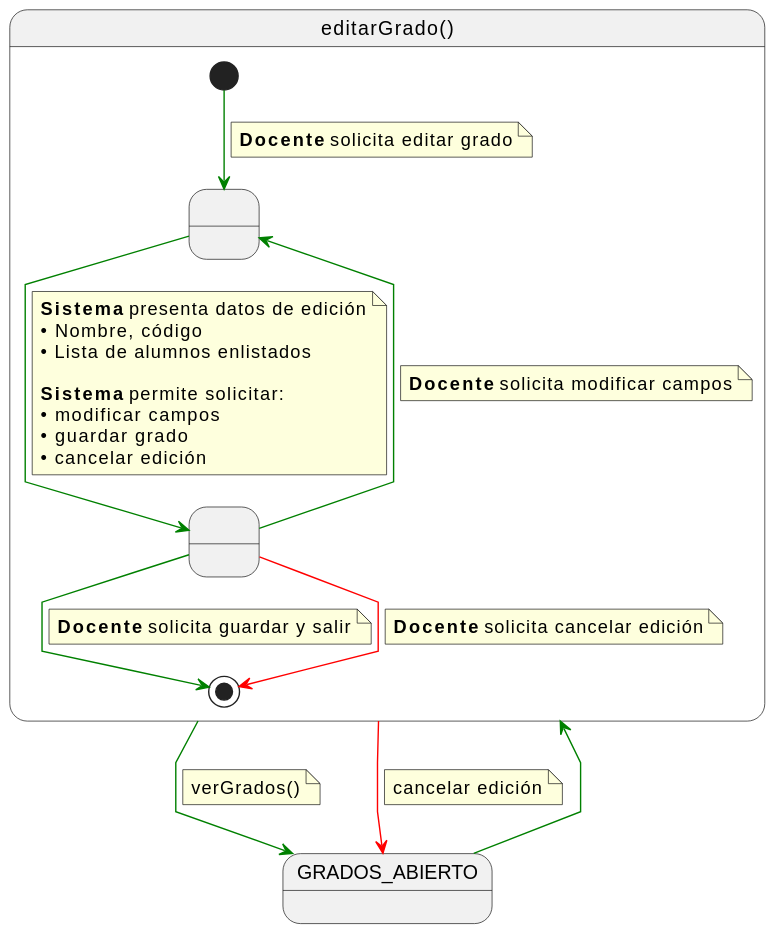
martinlopez7/25-26-IdSw1-SdR keeps this PlantUML diagram as documents/casos-de-uso/detalladoCasosDeUso/editarGrado/editarGrado.svg. Above is the earlier version. Its diagram source:
```plantuml
@startuml
skinparam linetype polyline

state editarGrado as "editarGrado()" {

    state " " as EditandoDatos
    state " " as GuardandoDatos

    [*] -[#green]-> EditandoDatos
    note on link
    <b>Docente</b> solicita editar grado
    end note

    EditandoDatos -[#green]-> GuardandoDatos
    note on link
    <b>Sistema</b> presenta datos de edición
    • Nombre, código
    • Lista de alumnos enlistados

    <b>Sistema</b> permite solicitar:
    • modificar campos
    • guardar grado
    • cancelar edición
    end note

    GuardandoDatos -[#green]-> EditandoDatos
    note on link
    <b>Docente</b> solicita modificar campos
    end note

    GuardandoDatos -[#green]-> [*]
    note on link
    <b>Docente</b> solicita guardar y salir
    end note

    GuardandoDatos -[#red]-> [*]
    note on link
    <b>Docente</b> solicita cancelar edición
    end note

}

GRADOS_ABIERTO -[#green]-> editarGrado

editarGrado -[#green]-> GRADOS_ABIERTO
note on link
verGrados()
end note

editarGrado -[#red]-> GRADOS_ABIERTO
note on link
cancelar edición
end note
@enduml
```
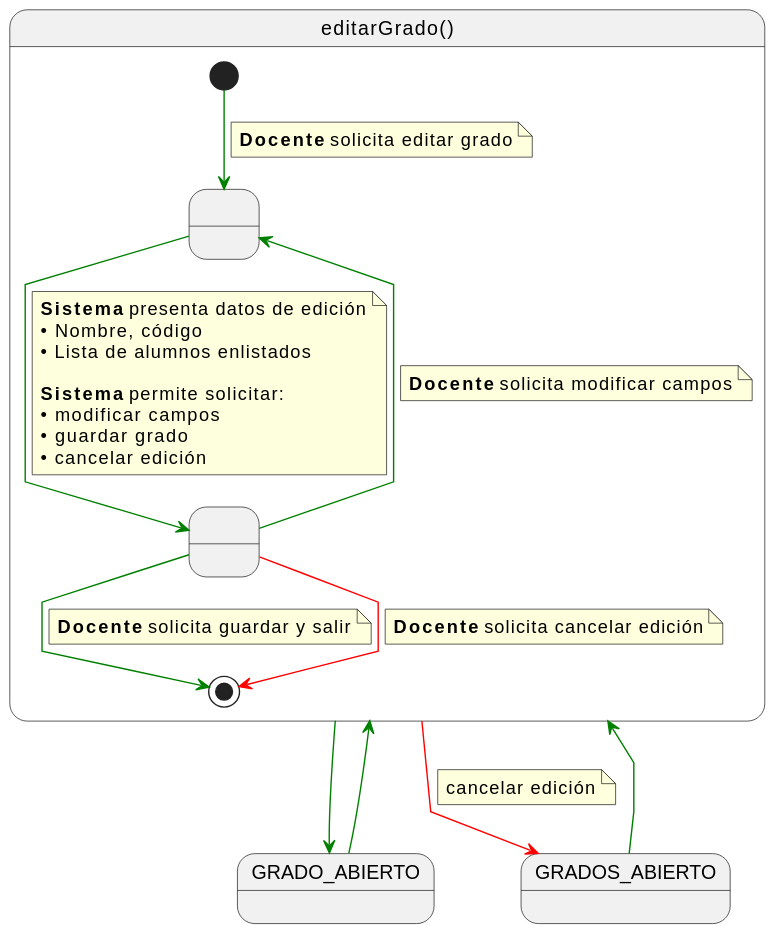
Later version of the same file.

Change to the diagram source:
```diff
@@ -40,12 +40,11 @@
 
 }
 
+GRADO_ABIERTO -[#green]-> editarGrado
+
 GRADOS_ABIERTO -[#green]-> editarGrado
 
-editarGrado -[#green]-> GRADOS_ABIERTO
-note on link
-verGrados()
-end note
+editarGrado -[#green]-> GRADO_ABIERTO
 
 editarGrado -[#red]-> GRADOS_ABIERTO
 note on link
```
